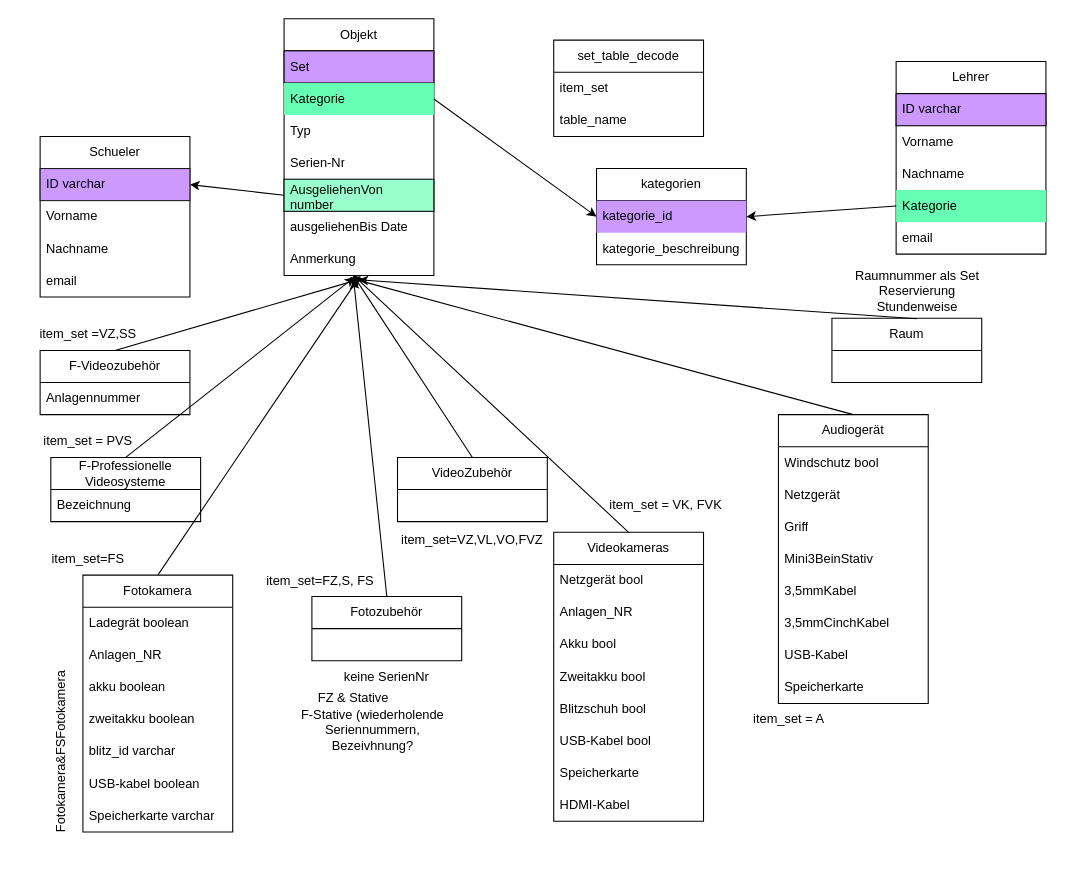
Earlier version of the draw.io diagram Management/DB_Ressourcen/erdDatenbankStrukur.drawio (2426-itp-ahitm/leoleih). Source tidied: cells renumbered, new cells numbered last; positions are measured from the earlier drawing's top-left corner, leaving out a move shared by most shapes. Both pictures are drawn from the tidied source at 107%, with x=0, y=0 at pixel (-25, 18).
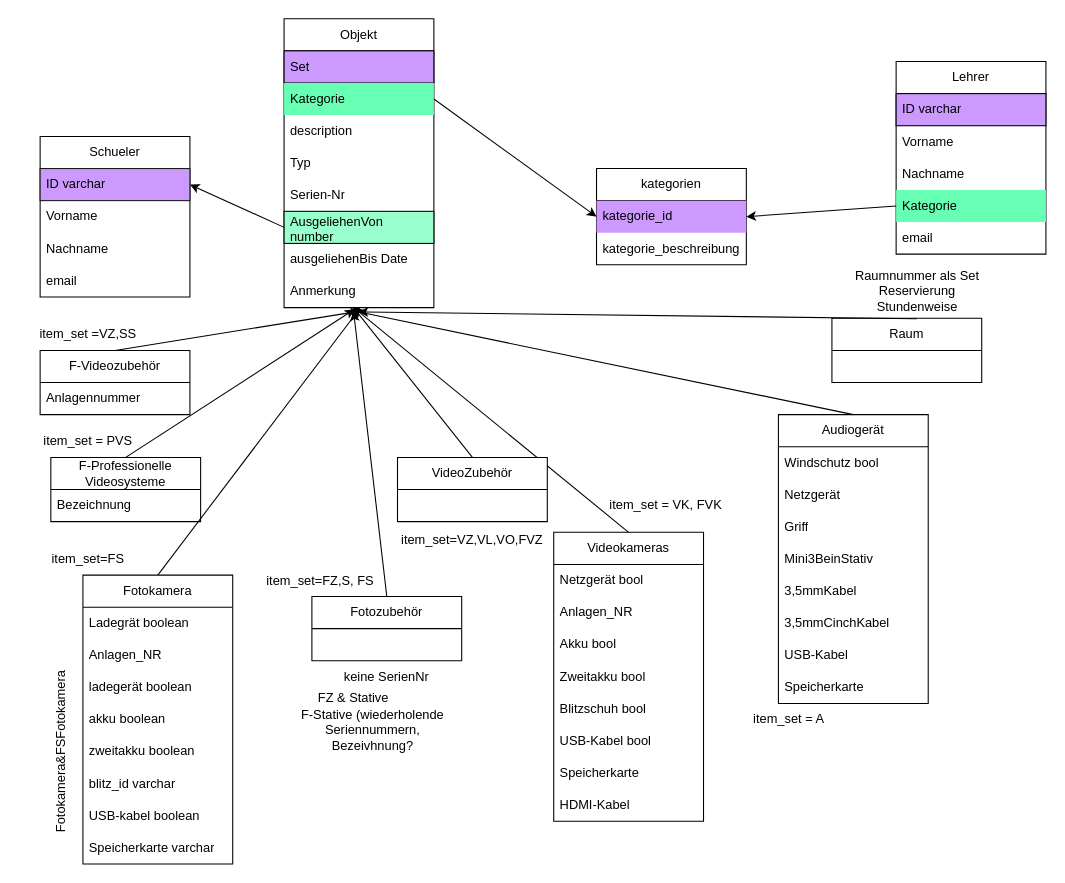
After the change.

What changed in the source:
```diff
@@
     <mxCell id="3" value="Fotokamera" style="swimlane;fontStyle=0;horizontal=1;startSize=30;whiteSpace=wrap;html=1;" parent="1" vertex="1">
-      <mxGeometry x="100" y="520" width="140" height="240" as="geometry" />
+      <mxGeometry x="100" y="520" width="140" height="270" as="geometry" />
     </mxCell>
@@
+    <mxCell id="83" value="ladegerät boolean" style="text;strokeColor=none;fillColor=none;align=left;verticalAlign=middle;spacingLeft=4;spacingRight=4;overflow=hidden;whiteSpace=wrap;html=1;" parent="3" vertex="1">
+      <mxGeometry y="90" width="140" height="30" as="geometry" />
+    </mxCell>
     <mxCell id="6" value="akku boolean" style="text;strokeColor=none;fillColor=none;align=left;verticalAlign=middle;spacingLeft=4;spacingRight=4;overflow=hidden;whiteSpace=wrap;html=1;" parent="3" vertex="1">
-      <mxGeometry y="90" width="140" height="30" as="geometry" />
+      <mxGeometry y="120" width="140" height="30" as="geometry" />
     </mxCell>
     <mxCell id="7" value="zweitakku boolean" style="text;strokeColor=none;fillColor=none;align=left;verticalAlign=middle;spacingLeft=4;spacingRight=4;overflow=hidden;whiteSpace=wrap;html=1;" parent="3" vertex="1">
-      <mxGeometry y="120" width="140" height="30" as="geometry" />
+      <mxGeometry y="150" width="140" height="30" as="geometry" />
     </mxCell>
     <mxCell id="8" value="blitz_id varchar" style="text;strokeColor=none;fillColor=none;align=left;verticalAlign=middle;spacingLeft=4;spacingRight=4;overflow=hidden;whiteSpace=wrap;html=1;" parent="3" vertex="1">
-      <mxGeometry y="150" width="140" height="30" as="geometry" />
+      <mxGeometry y="180" width="140" height="30" as="geometry" />
     </mxCell>
     <mxCell id="9" value="USB-kabel boolean" style="text;strokeColor=none;fillColor=none;align=left;verticalAlign=middle;spacingLeft=4;spacingRight=4;overflow=hidden;whiteSpace=wrap;html=1;" parent="3" vertex="1">
-      <mxGeometry y="180" width="140" height="30" as="geometry" />
+      <mxGeometry y="210" width="140" height="30" as="geometry" />
     </mxCell>
     <mxCell id="10" value="Speicherkarte varchar" style="text;strokeColor=none;fillColor=none;align=left;verticalAlign=middle;spacingLeft=4;spacingRight=4;overflow=hidden;whiteSpace=wrap;html=1;" parent="3" vertex="1">
-      <mxGeometry y="210" width="140" height="30" as="geometry" />
+      <mxGeometry y="240" width="140" height="30" as="geometry" />
     </mxCell>
     <mxCell id="11" value="Objekt" style="swimlane;fontStyle=0;horizontal=1;startSize=30;whiteSpace=wrap;html=1;" parent="1" vertex="1">
-      <mxGeometry x="288" width="140" height="240" as="geometry" />
+      <mxGeometry x="288" width="140" height="270" as="geometry" />
     </mxCell>
@@
+    <mxCell id="84" value="description" style="text;strokeColor=none;fillColor=none;align=left;verticalAlign=middle;spacingLeft=4;spacingRight=4;overflow=hidden;whiteSpace=wrap;html=1;" parent="11" vertex="1">
+      <mxGeometry y="90" width="140" height="30" as="geometry" />
+    </mxCell>
     <mxCell id="14" value="Typ" style="text;strokeColor=none;fillColor=none;align=left;verticalAlign=middle;spacingLeft=4;spacingRight=4;overflow=hidden;whiteSpace=wrap;html=1;" parent="11" vertex="1">
-      <mxGeometry y="90" width="140" height="30" as="geometry" />
+      <mxGeometry y="120" width="140" height="30" as="geometry" />
     </mxCell>
     <mxCell id="15" value="Serien-Nr" style="text;strokeColor=none;fillColor=none;align=left;verticalAlign=middle;spacingLeft=4;spacingRight=4;overflow=hidden;whiteSpace=wrap;html=1;" parent="11" vertex="1">
-      <mxGeometry y="120" width="140" height="30" as="geometry" />
+      <mxGeometry y="150" width="140" height="30" as="geometry" />
     </mxCell>
     <mxCell id="16" value="AusgeliehenVon number" style="text;strokeColor=#000000;fillColor=#99FFCC;align=left;verticalAlign=middle;spacingLeft=4;spacingRight=4;overflow=hidden;points=[[0,0.5],[1,0.5]];portConstraint=eastwest;whiteSpace=wrap;html=1;" parent="11" vertex="1">
-      <mxGeometry y="150" width="140" height="30" as="geometry" />
+      <mxGeometry y="180" width="140" height="30" as="geometry" />
     </mxCell>
     <mxCell id="17" value="ausgeliehenBis Date" style="text;strokeColor=none;fillColor=none;align=left;verticalAlign=middle;spacingLeft=4;spacingRight=4;overflow=hidden;whiteSpace=wrap;html=1;" parent="11" vertex="1">
-      <mxGeometry y="180" width="140" height="30" as="geometry" />
+      <mxGeometry y="210" width="140" height="30" as="geometry" />
     </mxCell>
     <mxCell id="18" value="Anmerkung" style="text;strokeColor=none;fillColor=none;align=left;verticalAlign=middle;spacingLeft=4;spacingRight=4;overflow=hidden;points=[[0,0.5],[1,0.5]];portConstraint=eastwest;whiteSpace=wrap;html=1;" parent="11" vertex="1">
-      <mxGeometry y="210" width="140" height="30" as="geometry" />
+      <mxGeometry y="240" width="140" height="30" as="geometry" />
     </mxCell>
@@
-    <mxCell id="75" value="set_table_decode" style="swimlane;fontStyle=0;horizontal=1;startSize=30;whiteSpace=wrap;html=1;" parent="1" vertex="1">
-      <mxGeometry x="540" y="20" width="140" height="90" as="geometry" />
-    </mxCell>
-    <mxCell id="76" value="item_set" style="text;strokeColor=none;fillColor=none;align=left;verticalAlign=middle;spacingLeft=4;spacingRight=4;overflow=hidden;whiteSpace=wrap;html=1;" parent="75" vertex="1">
-      <mxGeometry y="30" width="140" height="30" as="geometry" />
-    </mxCell>
-    <mxCell id="77" value="table_name" style="text;strokeColor=none;fillColor=none;align=left;verticalAlign=middle;spacingLeft=4;spacingRight=4;overflow=hidden;whiteSpace=wrap;html=1;" parent="75" vertex="1">
-      <mxGeometry y="60" width="140" height="30" as="geometry" />
-    </mxCell>
```
